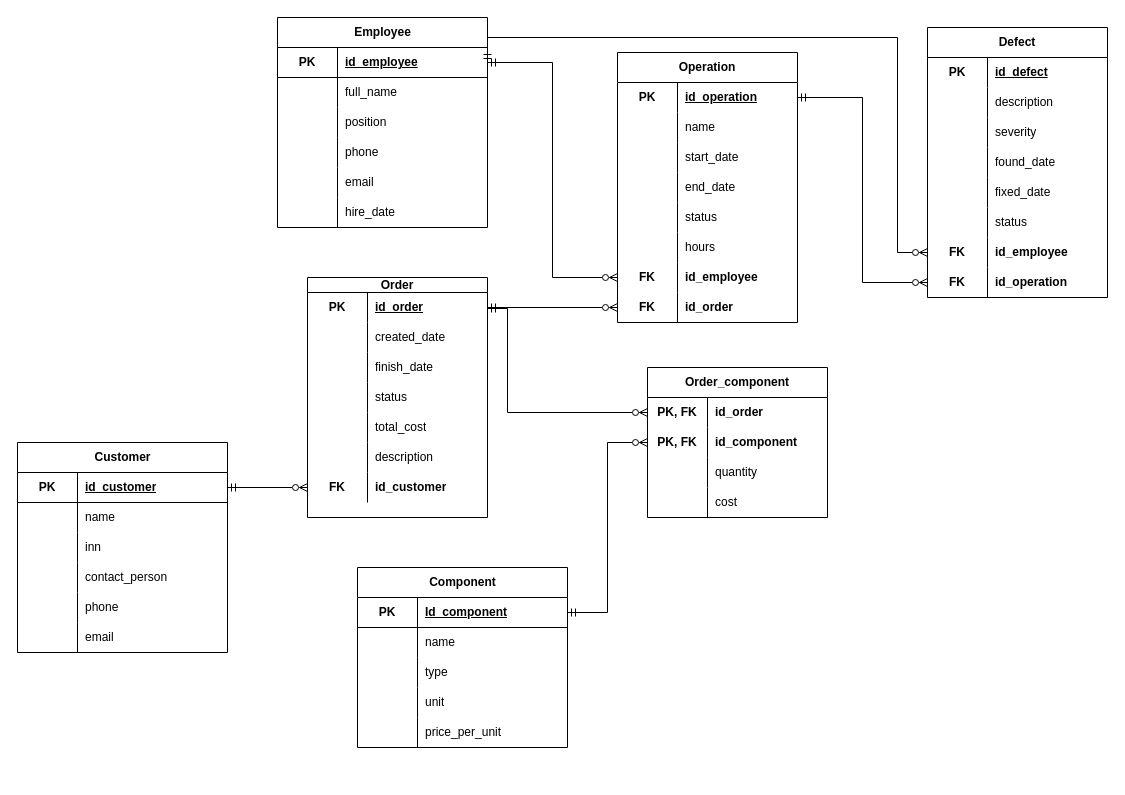
Earlier version of the draw.io diagram models/er_logical.drawio (Olka3sh/Interactive_stand). Source tidied: cells renumbered, new cells numbered last; positions are measured from the earlier drawing's top-left corner, leaving out a move shared by most shapes. Both pictures are drawn from the tidied source at 100%, with x=0, y=0 at pixel (17, 17).
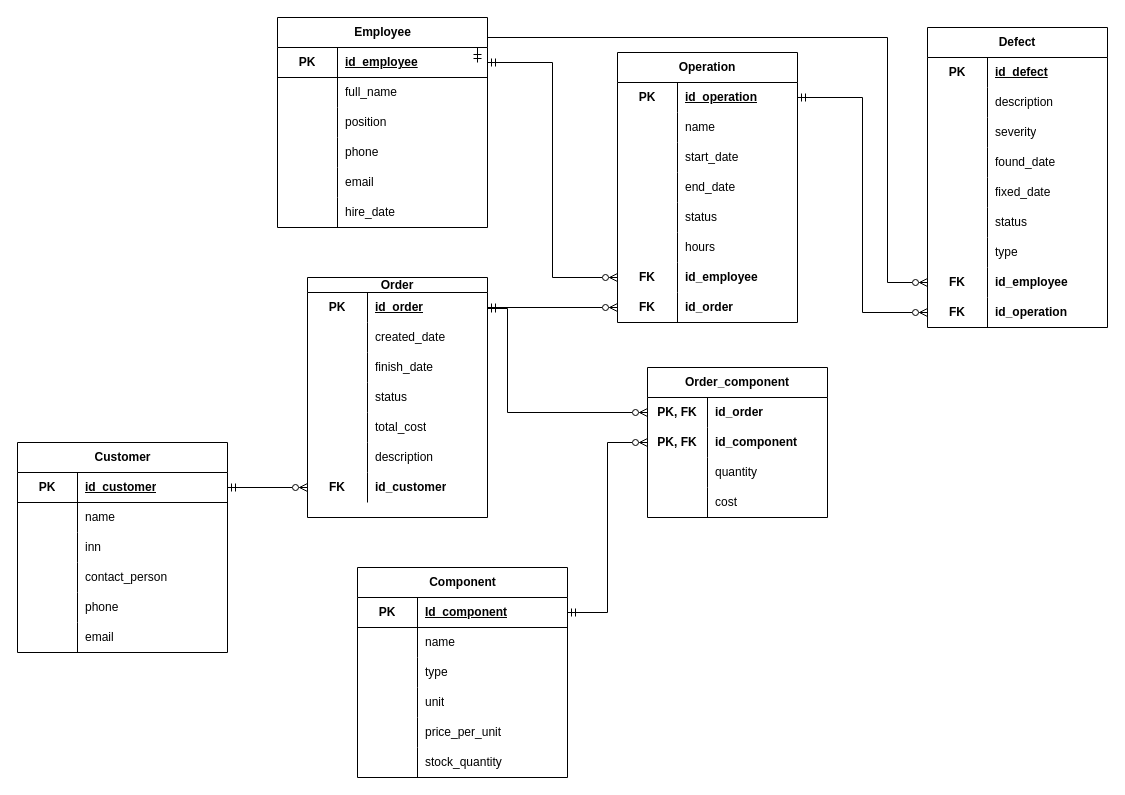
The same page after the edit.

Unchanged cells that the change refers to:
```xml
<mxCell id="130" style="shape=tableRow;horizontal=0;startSize=0;swimlaneHead=0;swimlaneBody=0;fillColor=none;points=[[0,0.5],[1,0.5]];portConstraint=eastwest;top=0;left=0;right=0;bottom=1;" parent="129" vertex="1">
  <mxGeometry y="30" width="210" height="30" as="geometry" />
</mxCell>
```

Change to the diagram source:
```diff
@@
     <mxCell id="2" value="Component" style="shape=table;startSize=30;childLayout=tableLayout;rowLines=0;fontStyle=1;align=center;html=1;" parent="1" vertex="1">
-      <mxGeometry x="340" y="550" width="210" height="180" as="geometry" />
+      <mxGeometry x="340" y="550" width="210" height="210" as="geometry" />
     </mxCell>
@@
+    <mxCell id="148" style="shape=tableRow;horizontal=0;startSize=0;swimlaneHead=0;swimlaneBody=0;fillColor=none;top=0;left=0;right=0;bottom=0;" parent="2" vertex="1">
+      <mxGeometry y="180" width="210" height="30" as="geometry" />
+    </mxCell>
+    <mxCell id="149" style="shape=partialRectangle;fillColor=none;top=0;left=0;bottom=0;right=0;overflow=hidden;whiteSpace=wrap;html=1;" parent="148" vertex="1">
+      <mxGeometry width="60" height="30" as="geometry" />
+    </mxCell>
+    <mxCell id="150" value="stock_quantity" style="shape=partialRectangle;fillColor=none;top=0;left=0;bottom=0;right=0;align=left;spacingLeft=6;overflow=hidden;whiteSpace=wrap;html=1;" parent="148" vertex="1">
+      <mxGeometry x="60" width="150" height="30" as="geometry" />
+    </mxCell>
@@
     <mxCell id="84" value="Defect" style="shape=table;startSize=30;childLayout=tableLayout;rowLines=0;fontStyle=1;align=center;html=1;whiteSpace=wrap;" parent="1" vertex="1">
-      <mxGeometry x="910" y="10" width="180" height="270" as="geometry" />
+      <mxGeometry x="910" y="10" width="180" height="300" as="geometry" />
     </mxCell>
@@
+    <mxCell id="151" style="shape=tableRow;horizontal=0;startSize=0;swimlaneHead=0;swimlaneBody=0;fillColor=none;top=0;left=0;right=0;bottom=0;html=1;" parent="84" vertex="1">
+      <mxGeometry y="210" width="180" height="30" as="geometry" />
+    </mxCell>
+    <mxCell id="152" style="shape=partialRectangle;fillColor=none;top=0;left=0;bottom=0;right=0;overflow=hidden;html=1;whiteSpace=wrap;" parent="151" vertex="1">
+      <mxGeometry width="60" height="30" as="geometry" />
+    </mxCell>
+    <mxCell id="153" value="type" style="shape=partialRectangle;fillColor=none;top=0;left=0;bottom=0;right=0;align=left;spacingLeft=6;overflow=hidden;html=1;whiteSpace=wrap;" parent="151" vertex="1">
+      <mxGeometry x="60" width="120" height="30" as="geometry" />
+    </mxCell>
     <mxCell id="103" style="shape=tableRow;horizontal=0;startSize=0;swimlaneHead=0;swimlaneBody=0;fillColor=none;points=[[0,0.5],[1,0.5]];portConstraint=eastwest;top=0;left=0;right=0;bottom=0;html=1;" parent="84" vertex="1">
-      <mxGeometry y="210" width="180" height="30" as="geometry" />
+      <mxGeometry y="240" width="180" height="30" as="geometry" />
     </mxCell>
@@
     <mxCell id="106" style="shape=tableRow;horizontal=0;startSize=0;swimlaneHead=0;swimlaneBody=0;fillColor=none;points=[[0,0.5],[1,0.5]];portConstraint=eastwest;top=0;left=0;right=0;bottom=0;html=1;" parent="84" vertex="1">
-      <mxGeometry y="240" width="180" height="30" as="geometry" />
+      <mxGeometry y="270" width="180" height="30" as="geometry" />
     </mxCell>
@@
-    <mxCell id="127" style="edgeStyle=orthogonalEdgeStyle;rounded=0;jettySize=auto;html=1;exitX=1;exitY=0.5;exitDx=0;exitDy=0;entryX=0;entryY=0.5;entryDx=0;entryDy=0;defaultLabelBackgroundColor=page;startArrow=ERmandOne;startFill=0;endArrow=ERzeroToMany;endFill=0;" parent="1" edge="1" source="130" target="103">
-      <mxGeometry relative="1" as="geometry">
+    <mxCell id="127" style="edgeStyle=orthogonalEdgeStyle;rounded=0;jettySize=auto;html=1;exitX=1;exitY=0.5;exitDx=0;exitDy=0;entryX=0;entryY=0.5;entryDx=0;entryDy=0;defaultLabelBackgroundColor=page;startArrow=ERmandOne;startFill=0;endArrow=ERzeroToMany;endFill=0;" parent="1" edge="1" target="103">
+      <mxGeometry x="-0.01" relative="1" as="geometry">
+        <mxPoint x="460" y="45" as="sourcePoint" />
         <Array as="points">
-          <mxPoint x="880" y="20" />
-          <mxPoint x="880" y="235" />
+          <mxPoint x="460" y="20" />
+          <mxPoint x="870" y="20" />
+          <mxPoint x="870" y="265" />
         </Array>
       </mxGeometry>
     </mxCell>
```
